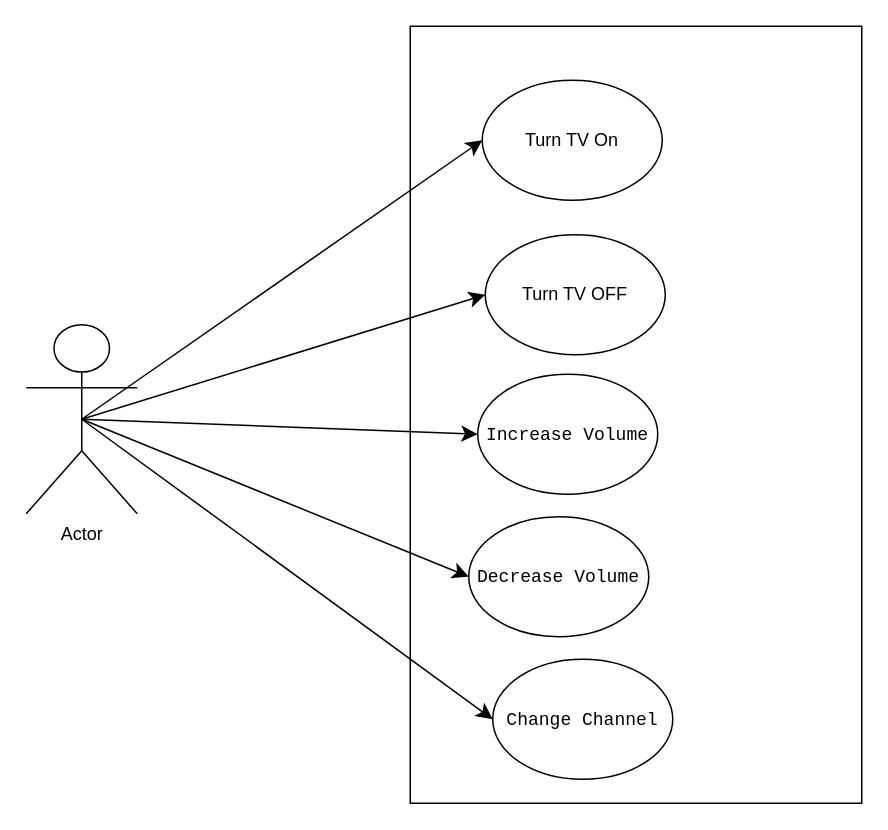
The draw.io diagram page "Page-1" (1 of 2) of Television/My TV Use Case Diagram.drawio in Dukeliam/IdeaProjects, before the edit. Source tidied: cells renumbered, new cells numbered last; positions are measured from the earlier drawing's top-left corner, leaving out a move shared by most shapes. Both pictures are drawn from the tidied source at 150%, with x=0, y=0 at pixel (26, 26).
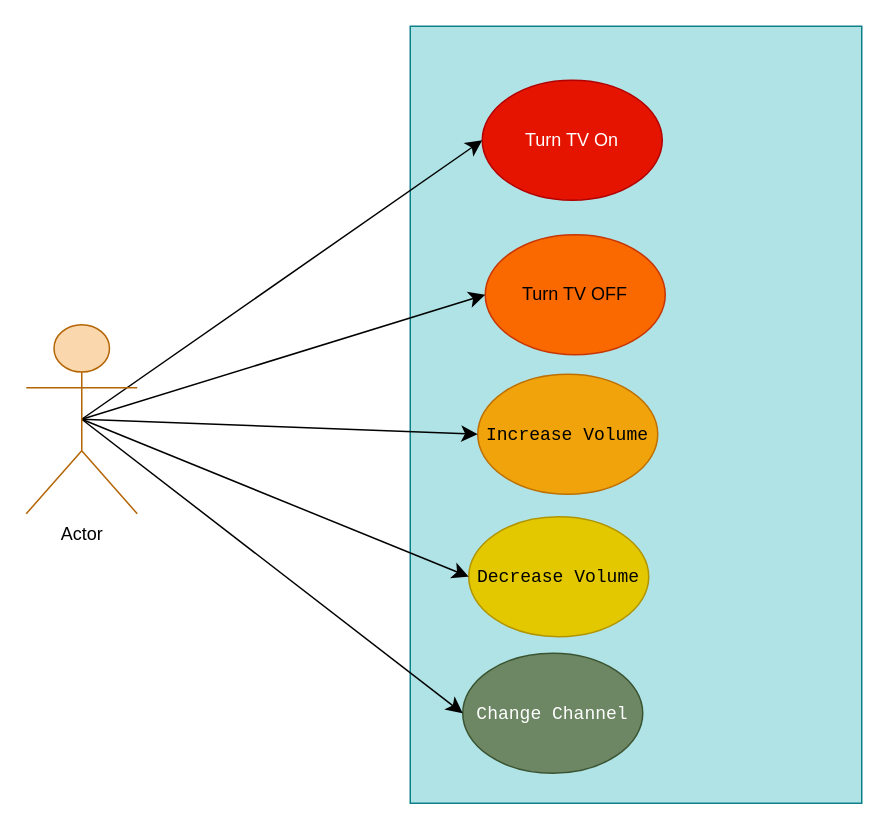
Above is the later version.

What changed in the source:
```diff
@@
 <mxGraphModel>
   <root>
     <mxCell id="0" />
     <mxCell id="1" parent="0" />
-    <mxCell id="2" style="rounded=0;whiteSpace=wrap;html=1;" parent="1" vertex="1">
+    <mxCell id="2" style="rounded=0;whiteSpace=wrap;html=1;fillColor=#b0e3e6;strokeColor=#0e8088;" parent="1" vertex="1">
       <mxGeometry x="256" width="301" height="518" as="geometry" />
     </mxCell>
-    <mxCell id="3" value="Turn TV On" style="ellipse;whiteSpace=wrap;html=1;shapeInside=1;" parent="1" vertex="1">
+    <mxCell id="3" value="Turn TV On" style="ellipse;whiteSpace=wrap;html=1;shapeInside=1;fillColor=#e51400;fontColor=#ffffff;strokeColor=#B20000;" parent="1" vertex="1">
       <mxGeometry x="304" y="36" width="120" height="80" as="geometry" />
     </mxCell>
-    <mxCell id="4" value="Turn TV OFF" style="ellipse;whiteSpace=wrap;html=1;shapeInside=1;" parent="1" vertex="1">
+    <mxCell id="4" value="Turn TV OFF" style="ellipse;whiteSpace=wrap;html=1;shapeInside=1;fillColor=#fa6800;fontColor=#000000;strokeColor=#C73500;" parent="1" vertex="1">
       <mxGeometry x="306" y="139" width="120" height="80" as="geometry" />
     </mxCell>
-    <mxCell id="5" value="&lt;code&gt;Increase Volume&lt;/code&gt;" style="ellipse;whiteSpace=wrap;html=1;shapeInside=1;" parent="1" vertex="1">
+    <mxCell id="5" value="&lt;code&gt;Increase Volume&lt;/code&gt;" style="ellipse;whiteSpace=wrap;html=1;shapeInside=1;fillColor=#f0a30a;fontColor=#000000;strokeColor=#BD7000;" parent="1" vertex="1">
       <mxGeometry x="301" y="232" width="120" height="80" as="geometry" />
     </mxCell>
-    <mxCell id="6" value="&lt;code&gt;Decrease Volume&lt;/code&gt;" style="ellipse;whiteSpace=wrap;html=1;shapeInside=1;" parent="1" vertex="1">
+    <mxCell id="6" value="&lt;code&gt;Decrease Volume&lt;/code&gt;" style="ellipse;whiteSpace=wrap;html=1;shapeInside=1;fillColor=#e3c800;fontColor=#000000;strokeColor=#B09500;" parent="1" vertex="1">
       <mxGeometry x="295" y="327" width="120" height="80" as="geometry" />
     </mxCell>
-    <mxCell id="7" value="&lt;code&gt;Change Channel&lt;/code&gt;" style="ellipse;whiteSpace=wrap;html=1;shapeInside=1;" parent="1" vertex="1">
-      <mxGeometry x="311" y="422" width="120" height="80" as="geometry" />
+    <mxCell id="7" value="&lt;code&gt;Change Channel&lt;/code&gt;" style="ellipse;whiteSpace=wrap;html=1;shapeInside=1;fillColor=#6d8764;fontColor=#ffffff;strokeColor=#3A5431;" parent="1" vertex="1">
+      <mxGeometry x="291" y="418" width="120" height="80" as="geometry" />
     </mxCell>
     <mxCell id="8" style="edgeStyle=none;curved=1;rounded=0;curveGeometry=1;jettySize=auto;html=1;exitX=0.5;exitY=0.5;exitDx=0;exitDy=0;exitPerimeter=0;entryX=0;entryY=0.5;entryDx=0;entryDy=0;fontSize=12;defaultLabelBackgroundColor=page;labelPadding=0 4;startSize=8;endSize=8;" parent="1" edge="1" source="13" target="3">
       <mxGeometry relative="1" as="geometry" />
     </mxCell>
     <mxCell id="9" style="edgeStyle=none;curved=1;rounded=0;curveGeometry=1;jettySize=auto;html=1;exitX=0.5;exitY=0.5;exitDx=0;exitDy=0;exitPerimeter=0;entryX=0;entryY=0.5;entryDx=0;entryDy=0;fontSize=12;defaultLabelBackgroundColor=page;labelPadding=0 4;startSize=8;endSize=8;" parent="1" edge="1" source="13" target="4">
       <mxGeometry relative="1" as="geometry" />
     </mxCell>
     <mxCell id="10" style="edgeStyle=none;curved=1;rounded=0;curveGeometry=1;jettySize=auto;html=1;exitX=0.5;exitY=0.5;exitDx=0;exitDy=0;exitPerimeter=0;entryX=0;entryY=0.5;entryDx=0;entryDy=0;fontSize=12;defaultLabelBackgroundColor=page;labelPadding=0 4;startSize=8;endSize=8;" parent="1" edge="1" source="13" target="5">
       <mxGeometry relative="1" as="geometry" />
     </mxCell>
     <mxCell id="11" style="edgeStyle=none;curved=1;rounded=0;curveGeometry=1;jettySize=auto;html=1;exitX=0.5;exitY=0.5;exitDx=0;exitDy=0;exitPerimeter=0;entryX=0;entryY=0.5;entryDx=0;entryDy=0;fontSize=12;defaultLabelBackgroundColor=page;labelPadding=0 4;startSize=8;endSize=8;" parent="1" edge="1" source="13" target="6">
       <mxGeometry relative="1" as="geometry" />
     </mxCell>
     <mxCell id="12" style="edgeStyle=none;curved=1;rounded=0;curveGeometry=1;jettySize=auto;html=1;exitX=0.5;exitY=0.5;exitDx=0;exitDy=0;exitPerimeter=0;entryX=0;entryY=0.5;entryDx=0;entryDy=0;fontSize=12;defaultLabelBackgroundColor=page;labelPadding=0 4;startSize=8;endSize=8;" parent="1" edge="1" source="13" target="7">
       <mxGeometry relative="1" as="geometry" />
     </mxCell>
-    <mxCell id="13" value="Actor" style="shape=umlActor;verticalLabelPosition=bottom;verticalAlign=top;html=1;outlineConnect=0;labelPerimeter=1;" parent="1" vertex="1">
+    <mxCell id="13" value="Actor" style="shape=umlActor;verticalLabelPosition=bottom;verticalAlign=top;html=1;outlineConnect=0;labelPerimeter=1;fillColor=#fad7ac;strokeColor=#b46504;" parent="1" vertex="1">
       <mxGeometry y="199" width="74" height="126" as="geometry" />
     </mxCell>
   </root>
 </mxGraphModel>
```
